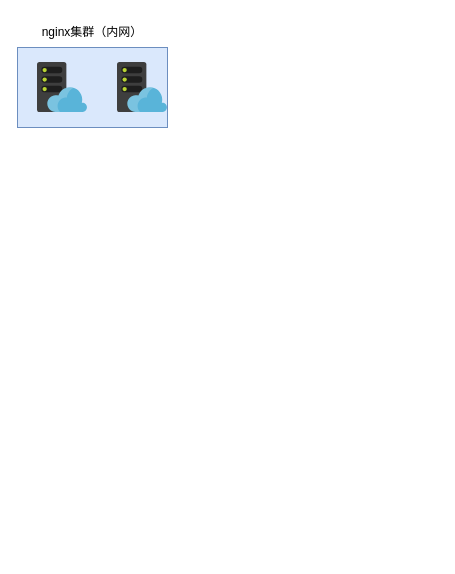
Before: 云南综调系统架构图.drawio in chenyh017/common, a draw.io diagram. Source tidied: cells renumbered, new cells numbered last; positions are measured from the earlier drawing's top-left corner, leaving out a move shared by most shapes. Both pictures are drawn from the tidied source at 100%, with x=0, y=0 at pixel (17, 17).
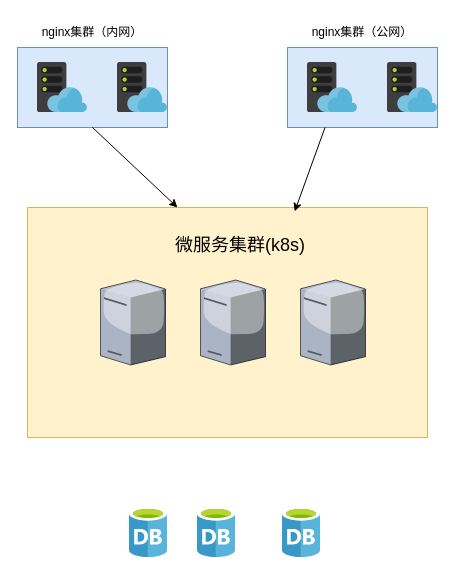
After the change.

Commit message:
更新云南综调系统架构图.drawio

The change refers to these unchanged cells:
```xml
<mxCell id="3" style="whiteSpace=wrap;html=1;fillColor=#dae8fc;strokeColor=#6c8ebf;" parent="2" vertex="1">
  <mxGeometry y="30" width="150" height="80" as="geometry" />
</mxCell>
```

Change to the diagram source:
```diff
@@
+    <mxCell id="7" style="group;" parent="1" vertex="1">
+      <mxGeometry x="270" width="150" height="110" as="geometry" />
+    </mxCell>
+    <mxCell id="8" style="whiteSpace=wrap;html=1;fillColor=#dae8fc;strokeColor=#6c8ebf;" parent="7" vertex="1">
+      <mxGeometry y="30" width="150" height="80" as="geometry" />
+    </mxCell>
+    <mxCell id="9" style="image;sketch=0;html=1;align=center;fontSize=12;image=img/lib/mscae/WebHosting.svg;" parent="7" vertex="1">
+      <mxGeometry x="20" y="45" width="50" height="50" as="geometry" />
+    </mxCell>
+    <mxCell id="10" style="image;sketch=0;html=1;align=center;fontSize=12;image=img/lib/mscae/WebHosting.svg;" parent="7" vertex="1">
+      <mxGeometry x="100" y="45" width="50" height="50" as="geometry" />
+    </mxCell>
+    <mxCell id="11" value="nginx集群（公网）" style="text;html=1;whiteSpace=wrap;strokeColor=none;fillColor=none;align=center;verticalAlign=middle;rounded=0;" parent="7" vertex="1">
+      <mxGeometry x="20" width="110" height="30" as="geometry" />
+    </mxCell>
+    <mxCell id="12" style="group;" parent="1" vertex="1">
+      <mxGeometry x="10" y="190" width="400" height="230" as="geometry" />
+    </mxCell>
+    <mxCell id="13" style="whiteSpace=wrap;html=1;fillColor=#fff2cc;strokeColor=#d6b656;" parent="12" vertex="1">
+      <mxGeometry width="400" height="230" as="geometry" />
+    </mxCell>
+    <mxCell id="14" style="verticalLabelPosition=bottom;sketch=0;html=1;verticalAlign=top;strokeColor=none;align=center;shape=mxgraph.citrix.license_server;" parent="12" vertex="1">
+      <mxGeometry x="73" y="72.5" width="65" height="85" as="geometry" />
+    </mxCell>
+    <mxCell id="15" style="verticalLabelPosition=bottom;sketch=0;html=1;verticalAlign=top;strokeColor=none;align=center;shape=mxgraph.citrix.license_server;" parent="12" vertex="1">
+      <mxGeometry x="173" y="72.5" width="65" height="85" as="geometry" />
+    </mxCell>
+    <mxCell id="16" style="verticalLabelPosition=bottom;sketch=0;html=1;verticalAlign=top;strokeColor=none;align=center;shape=mxgraph.citrix.license_server;" parent="12" vertex="1">
+      <mxGeometry x="273" y="72.5" width="65" height="85" as="geometry" />
+    </mxCell>
+    <mxCell id="17" value="&lt;font style=&quot;font-size: 18px;&quot;&gt;微服务集群(k8s)&lt;/font&gt;" style="text;html=1;whiteSpace=wrap;strokeColor=none;fillColor=none;align=center;verticalAlign=middle;rounded=0;" parent="12" vertex="1">
+      <mxGeometry x="133" y="12.5" width="160" height="50" as="geometry" />
+    </mxCell>
+    <mxCell id="18" style="edgeStyle=none;rounded=0;jettySize=auto;html=1;exitX=0.5;exitY=1;exitDx=0;exitDy=0;entryX=0.375;entryY=0;entryDx=0;entryDy=0;entryPerimeter=0;" parent="1" edge="1" source="3" target="13">
+      <mxGeometry relative="1" as="geometry" />
+    </mxCell>
+    <mxCell id="19" style="edgeStyle=none;rounded=0;jettySize=auto;html=1;exitX=0.25;exitY=1;exitDx=0;exitDy=0;entryX=0.668;entryY=0.017;entryDx=0;entryDy=0;entryPerimeter=0;" parent="1" edge="1" source="8" target="13">
+      <mxGeometry relative="1" as="geometry" />
+    </mxCell>
+    <mxCell id="20" style="image;sketch=0;html=1;align=center;fontSize=12;image=img/lib/mscae/Database_General.svg;" parent="1" vertex="1">
+      <mxGeometry x="112" y="490" width="38" height="50" as="geometry" />
+    </mxCell>
+    <mxCell id="21" style="image;sketch=0;html=1;align=center;fontSize=12;image=img/lib/mscae/Database_General.svg;" parent="1" vertex="1">
+      <mxGeometry x="180" y="490" width="38" height="50" as="geometry" />
+    </mxCell>
+    <mxCell id="22" style="image;sketch=0;html=1;align=center;fontSize=12;image=img/lib/mscae/Database_General.svg;" parent="1" vertex="1">
+      <mxGeometry x="265" y="490" width="38" height="50" as="geometry" />
+    </mxCell>
```
